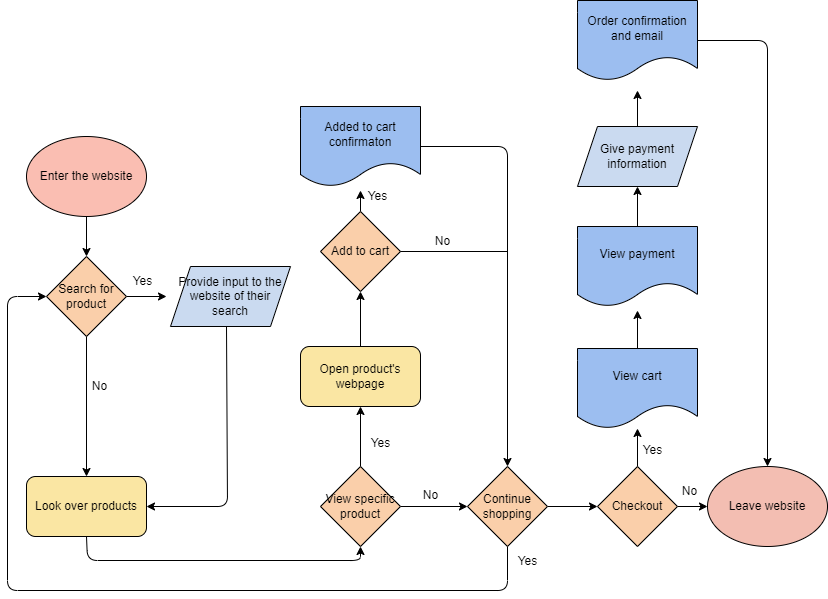
This is explore/diagramming/diagram.drawio.png from Syu125/fa22-cse110-lab4, a draw.io export, as it was before one commit. Source tidied: cells renumbered, new cells last; positions are measured from the earlier drawing's top-left corner, leaving out a move shared by most shapes.
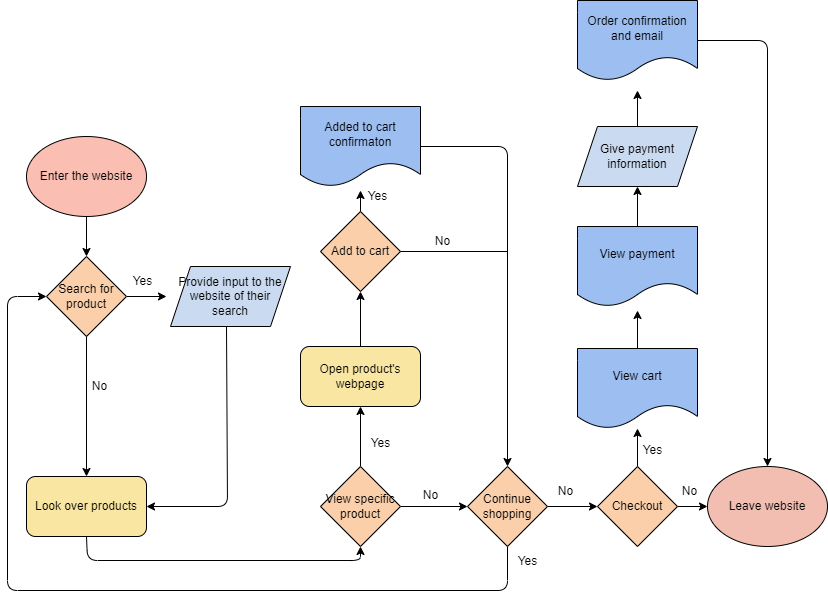
The same file after the commit.

What changed in the source:
```diff
@@ -166,5 +166,8 @@
     <mxCell id="44" value="&lt;span style=&quot;color: rgb(0, 0, 0);&quot;&gt;Give payment information&lt;/span&gt;" style="shape=parallelogram;perimeter=parallelogramPerimeter;whiteSpace=wrap;html=1;fixedSize=1;fillColor=#CADAF0;strokeColor=#000000;" parent="1" vertex="1">
       <mxGeometry x="570" y="126" width="120" height="60" as="geometry" />
     </mxCell>
+    <mxCell id="45" value="No" style="text;html=1;align=center;verticalAlign=middle;strokeColor=none;fillColor=none;fontColor=#000000;" parent="1" vertex="1">
+      <mxGeometry x="538" y="476" width="40" height="30" as="geometry" />
+    </mxCell>
   </root>
 </mxGraphModel>
```
